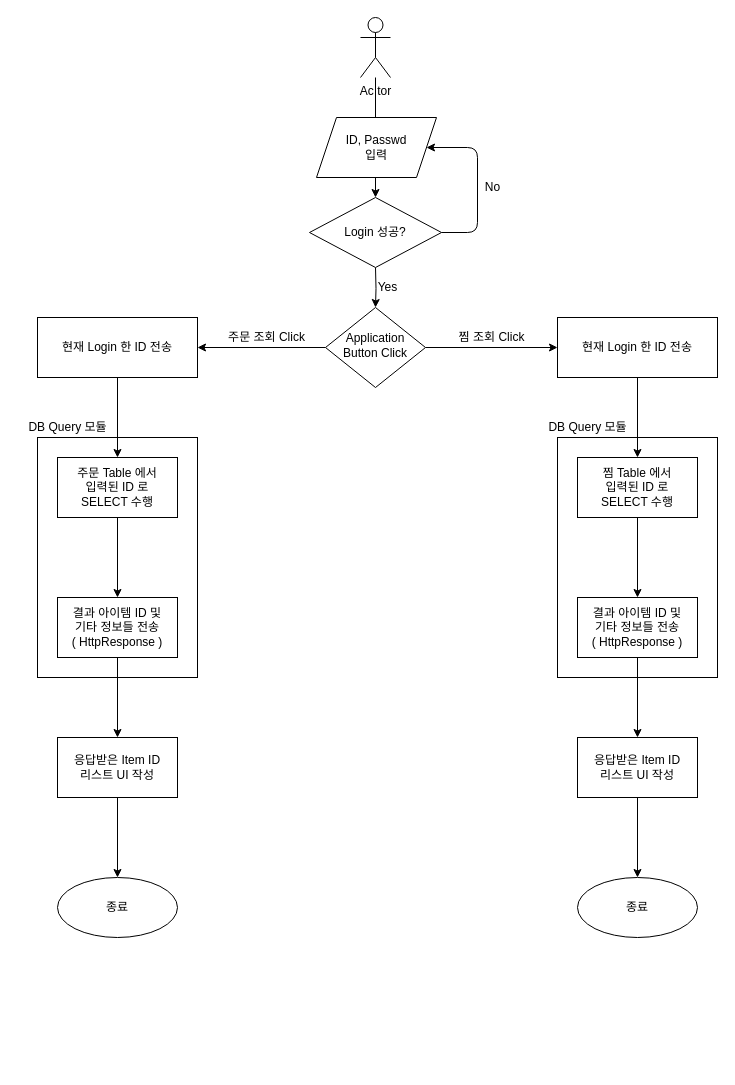
Above: Flow_Chart.drawio in KwakBro/shirts_finder (draw.io), before the change. Source tidied: cells renumbered, new cells numbered last; positions are measured from the earlier drawing's top-left corner, leaving out a move shared by most shapes. Both pictures are drawn from the tidied source at 100%, with x=0, y=0 at pixel (17, 17).
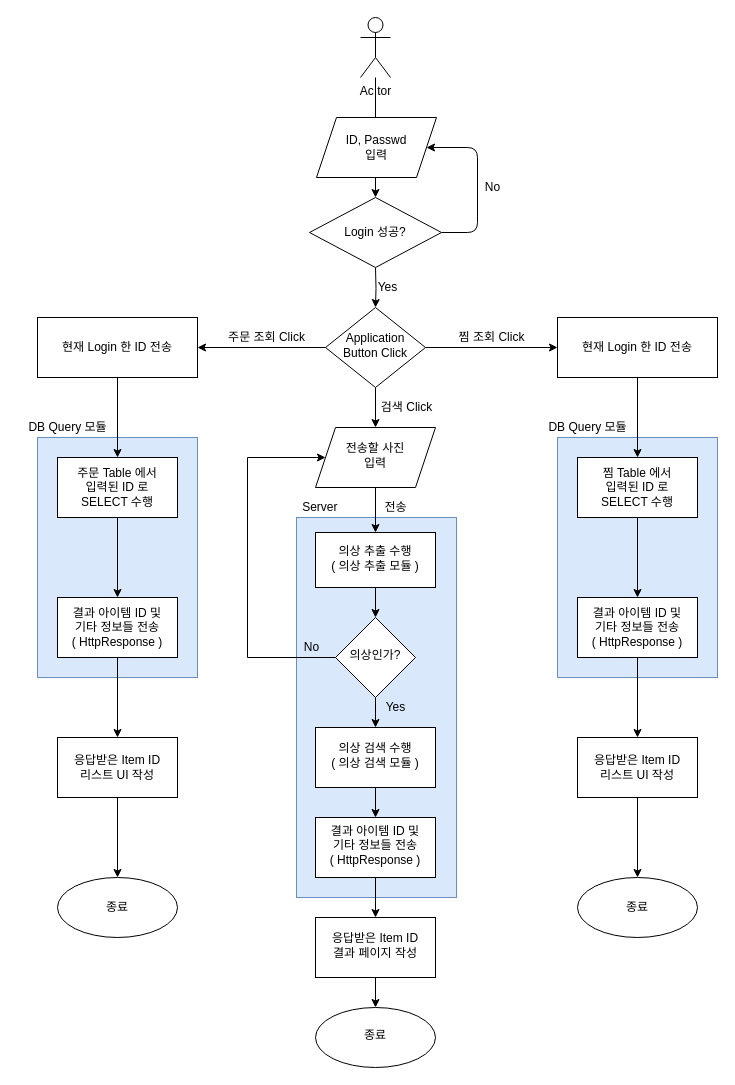
Above is the later version.

The change refers to these unchanged cells:
```xml
<mxCell id="7" value="Application&lt;br&gt;Button Click" style="rhombus;whiteSpace=wrap;html=1;shadow=0;fontFamily=Helvetica;fontSize=12;align=center;strokeWidth=1;spacing=6;spacingTop=-4;" parent="1" vertex="1">
  <mxGeometry x="308" y="290" width="100" height="80" as="geometry" />
</mxCell>
```

The edit, as a diff of the source:
```diff
@@
+    <mxCell id="37" style="rounded=0;whiteSpace=wrap;html=1;fillColor=#dae8fc;strokeColor=#6c8ebf;" parent="1" vertex="1">
+      <mxGeometry x="279" y="500" width="160" height="380" as="geometry" />
+    </mxCell>
-    <mxCell id="2" style="rounded=0;whiteSpace=wrap;html=1;" parent="1" vertex="1">
+    <mxCell id="2" style="rounded=0;whiteSpace=wrap;html=1;fillColor=#dae8fc;strokeColor=#6c8ebf;" parent="1" vertex="1">
       <mxGeometry x="540" y="420" width="160" height="240" as="geometry" />
     </mxCell>
@@
-    <mxCell id="4" style="rounded=0;whiteSpace=wrap;html=1;" parent="1" vertex="1">
+    <mxCell id="4" style="rounded=0;whiteSpace=wrap;html=1;fillColor=#dae8fc;strokeColor=#6c8ebf;" parent="1" vertex="1">
       <mxGeometry x="20" y="420" width="160" height="240" as="geometry" />
     </mxCell>
@@
+    <mxCell id="38" style="edgeStyle=orthogonalEdgeStyle;rounded=0;jettySize=auto;html=1;" parent="1" edge="1" source="7" target="41">
+      <mxGeometry relative="1" as="geometry" />
+    </mxCell>
@@
+    <mxCell id="39" value="검색 Click" style="text;html=1;align=center;verticalAlign=middle;strokeColor=none;" parent="1" vertex="1">
+      <mxGeometry x="354" y="380" width="70" height="20" as="geometry" />
+    </mxCell>
+    <mxCell id="40" style="edgeStyle=orthogonalEdgeStyle;rounded=0;jettySize=auto;html=1;" parent="1" edge="1" source="41" target="43">
+      <mxGeometry relative="1" as="geometry" />
+    </mxCell>
+    <mxCell id="41" value="전송할 사진&lt;br&gt;입력" style="shape=parallelogram;perimeter=parallelogramPerimeter;whiteSpace=wrap;html=1;fixedSize=1;shadow=0;strokeWidth=1;spacing=6;spacingTop=-4;" parent="1" vertex="1">
+      <mxGeometry x="298" y="410" width="120" height="60" as="geometry" />
+    </mxCell>
+    <mxCell id="42" style="edgeStyle=orthogonalEdgeStyle;rounded=0;jettySize=auto;html=1;" parent="1" edge="1" source="43" target="48">
+      <mxGeometry relative="1" as="geometry" />
+    </mxCell>
+    <mxCell id="43" value="의상 추출 수행&lt;br&gt;( 의상 추출 모듈 )" style="whiteSpace=wrap;html=1;shadow=0;strokeWidth=1;spacing=6;spacingTop=-4;" parent="1" vertex="1">
+      <mxGeometry x="298" y="515" width="120" height="55" as="geometry" />
+    </mxCell>
+    <mxCell id="44" value="전송" style="text;html=1;align=center;verticalAlign=middle;strokeColor=none;" parent="1" vertex="1">
+      <mxGeometry x="358" y="480" width="40" height="20" as="geometry" />
+    </mxCell>
+    <mxCell id="45" value="Server&amp;nbsp;" style="text;html=1;align=center;verticalAlign=middle;strokeColor=none;" parent="1" vertex="1">
+      <mxGeometry x="279" y="480" width="50" height="20" as="geometry" />
+    </mxCell>
+    <mxCell id="46" style="edgeStyle=orthogonalEdgeStyle;rounded=0;jettySize=auto;html=1;exitX=0;exitY=0.5;exitDx=0;exitDy=0;entryX=0;entryY=0.5;entryDx=0;entryDy=0;" parent="1" edge="1" source="48" target="41">
+      <mxGeometry relative="1" as="geometry">
+        <Array as="points">
+          <mxPoint x="230" y="640" />
+          <mxPoint x="230" y="440" />
+        </Array>
+      </mxGeometry>
+    </mxCell>
+    <mxCell id="47" style="edgeStyle=orthogonalEdgeStyle;rounded=0;jettySize=auto;html=1;" parent="1" edge="1" source="48" target="51">
+      <mxGeometry relative="1" as="geometry" />
+    </mxCell>
+    <mxCell id="48" value="의상인가?" style="rhombus;whiteSpace=wrap;html=1;shadow=0;strokeWidth=1;spacing=6;spacingTop=-4;" parent="1" vertex="1">
+      <mxGeometry x="318" y="600" width="80" height="80" as="geometry" />
+    </mxCell>
+    <mxCell id="49" value="No" style="text;html=1;align=center;verticalAlign=middle;strokeColor=none;" parent="1" vertex="1">
+      <mxGeometry x="279" y="620" width="30" height="20" as="geometry" />
+    </mxCell>
+    <mxCell id="50" style="edgeStyle=orthogonalEdgeStyle;rounded=0;jettySize=auto;html=1;" parent="1" edge="1" source="51" target="54">
+      <mxGeometry relative="1" as="geometry" />
+    </mxCell>
+    <mxCell id="51" value="의상 검색 수행&lt;br&gt;( 의상 검색 모듈 )" style="whiteSpace=wrap;html=1;shadow=0;strokeWidth=1;spacing=6;spacingTop=-4;" parent="1" vertex="1">
+      <mxGeometry x="298" y="710" width="120" height="60" as="geometry" />
+    </mxCell>
+    <mxCell id="52" value="Yes" style="text;html=1;align=center;verticalAlign=middle;strokeColor=none;" parent="1" vertex="1">
+      <mxGeometry x="358" y="680" width="40" height="20" as="geometry" />
+    </mxCell>
+    <mxCell id="53" style="edgeStyle=orthogonalEdgeStyle;rounded=0;jettySize=auto;html=1;" parent="1" edge="1" source="54" target="56">
+      <mxGeometry relative="1" as="geometry" />
+    </mxCell>
+    <mxCell id="54" value="결과 아이템 ID 및&lt;br&gt;기타 정보들 전송&lt;br&gt;( HttpResponse )" style="whiteSpace=wrap;html=1;shadow=0;strokeWidth=1;spacing=6;spacingTop=-4;" parent="1" vertex="1">
+      <mxGeometry x="298" y="800" width="120" height="60" as="geometry" />
+    </mxCell>
+    <mxCell id="55" style="edgeStyle=orthogonalEdgeStyle;rounded=0;jettySize=auto;html=1;" parent="1" edge="1" source="56" target="57">
+      <mxGeometry relative="1" as="geometry" />
+    </mxCell>
+    <mxCell id="56" value="응답받은 Item ID&lt;br&gt;결과 페이지 작성" style="whiteSpace=wrap;html=1;shadow=0;strokeWidth=1;spacing=6;spacingTop=-4;" parent="1" vertex="1">
+      <mxGeometry x="298" y="900" width="120" height="60" as="geometry" />
+    </mxCell>
+    <mxCell id="57" value="종료" style="ellipse;whiteSpace=wrap;html=1;shadow=0;strokeWidth=1;spacing=6;spacingTop=-4;" parent="1" vertex="1">
+      <mxGeometry x="298" y="990" width="120" height="60" as="geometry" />
+    </mxCell>
```
